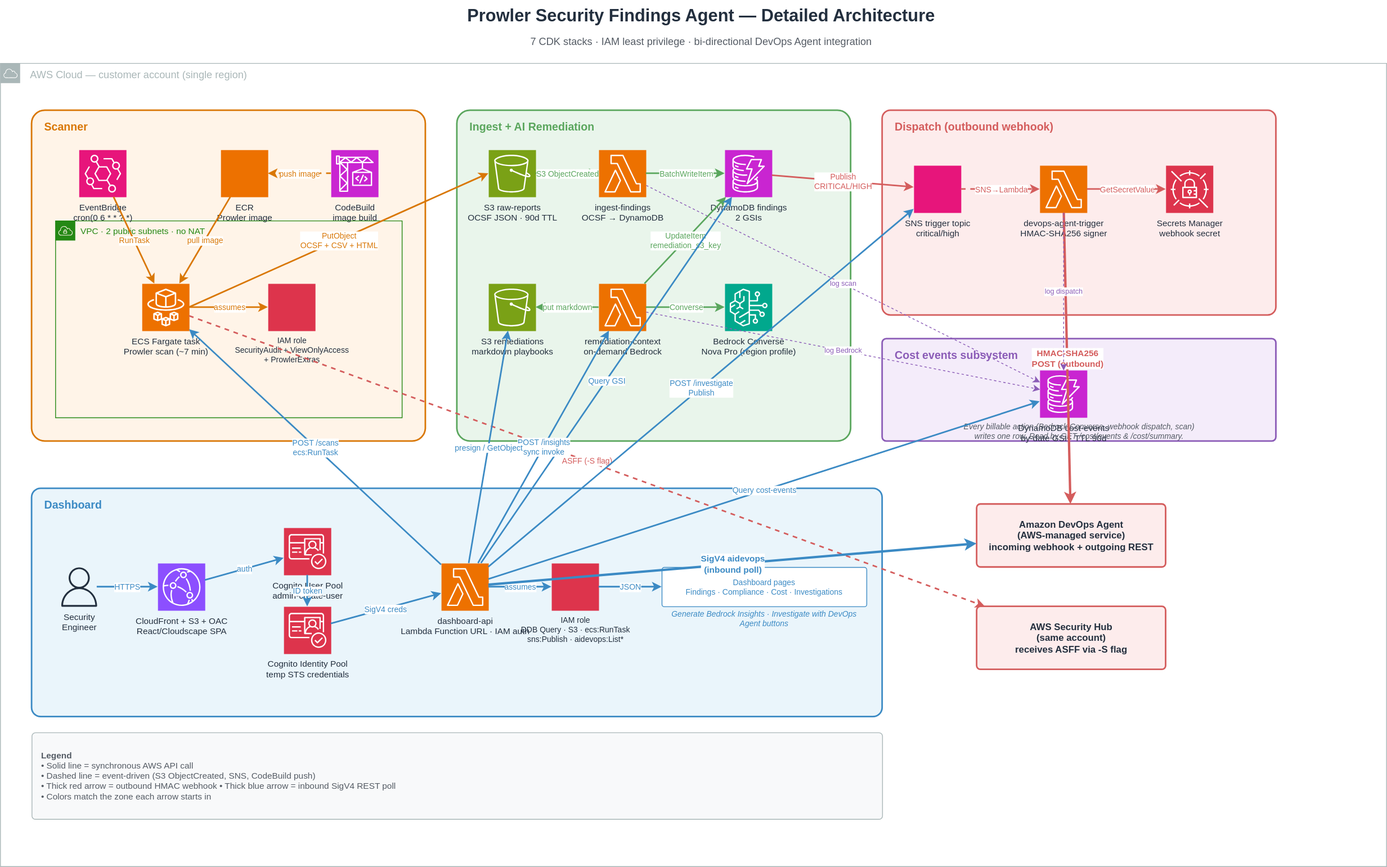
The draw.io diagram security/prowler-security-findings-agent/docs/architecture.drawio.svg in aws-samples/sample-aws-genai-ops-demos, before a commit. Source tidied: cells renumbered, new cells last; positions are measured from the earlier drawing's top-left corner, leaving out a move shared by most shapes.
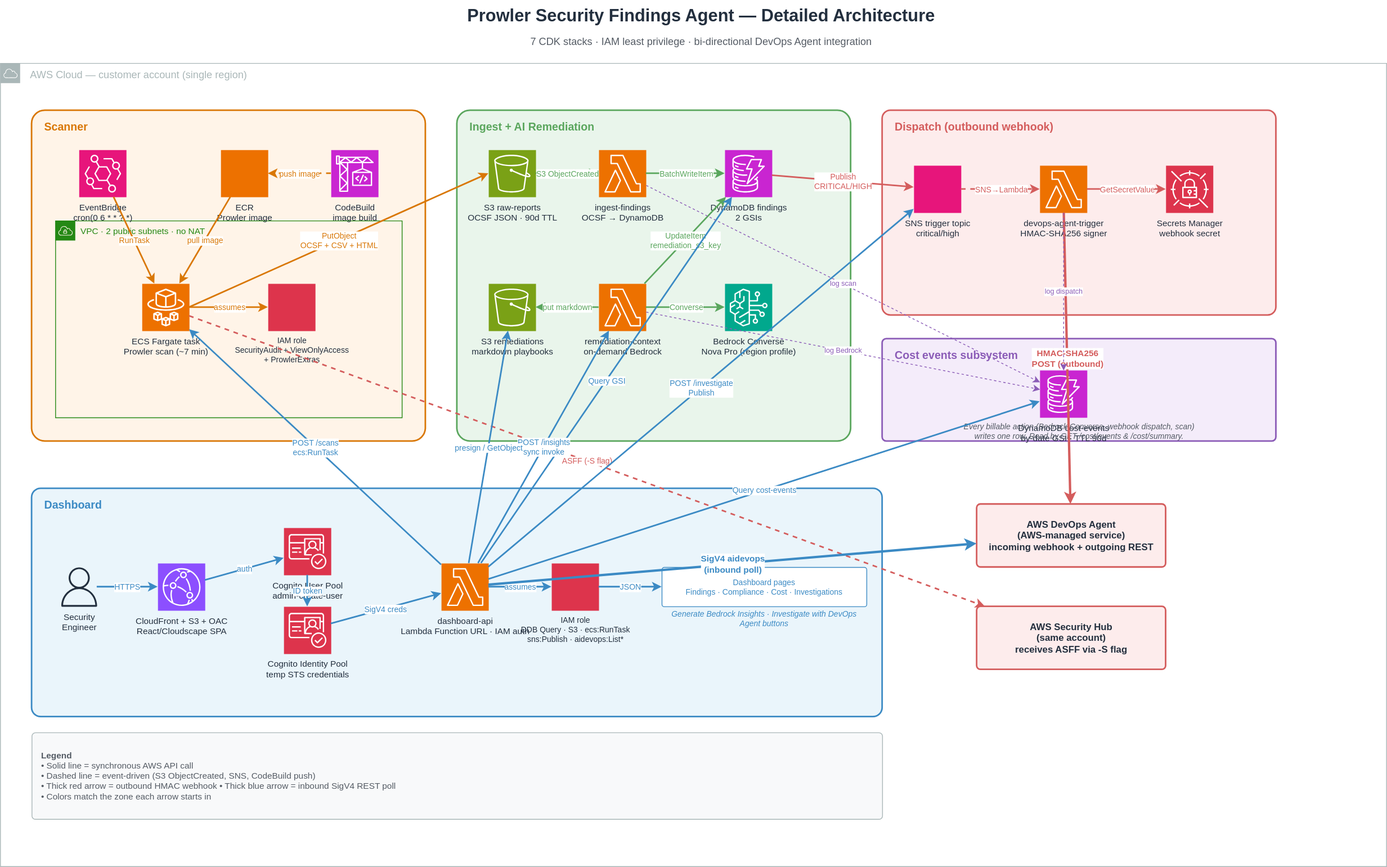
The same file after the commit.

Diff of the diagram source:
```diff
@@ -101,7 +101,7 @@
     <mxCell id="34" value="Generate Bedrock Insights · Investigate with DevOps Agent buttons" style="text;html=1;strokeColor=none;fillColor=none;align=center;verticalAlign=middle;whiteSpace=wrap;rounded=0;fontSize=10;fontColor=#3B8AC4;fontStyle=2;" parent="1" vertex="1">
       <mxGeometry x="840" y="775" width="260" height="20" as="geometry" />
     </mxCell>
-    <mxCell id="35" value="Amazon DevOps Agent&#10;(AWS-managed service)&#10;incoming webhook + outgoing REST" style="rounded=1;whiteSpace=wrap;html=1;fillColor=#FDECEC;strokeColor=#D45D5D;strokeWidth=2;fontSize=12;fontStyle=1;fontColor=#232F3E;verticalAlign=middle;align=center;arcSize=6;" parent="1" vertex="1">
+    <mxCell id="35" value="AWS DevOps Agent&#10;(AWS-managed service)&#10;incoming webhook + outgoing REST" style="rounded=1;whiteSpace=wrap;html=1;fillColor=#FDECEC;strokeColor=#D45D5D;strokeWidth=2;fontSize=12;fontStyle=1;fontColor=#232F3E;verticalAlign=middle;align=center;arcSize=6;" parent="1" vertex="1">
       <mxGeometry x="1240" y="640" width="240" height="80" as="geometry" />
     </mxCell>
     <mxCell id="36" value="AWS Security Hub&#10;(same account)&#10;receives ASFF via -S flag" style="rounded=1;whiteSpace=wrap;html=1;fillColor=#FDECEC;strokeColor=#D45D5D;strokeWidth=2;fontSize=12;fontStyle=1;fontColor=#232F3E;verticalAlign=middle;align=center;arcSize=6;" parent="1" vertex="1">
```
